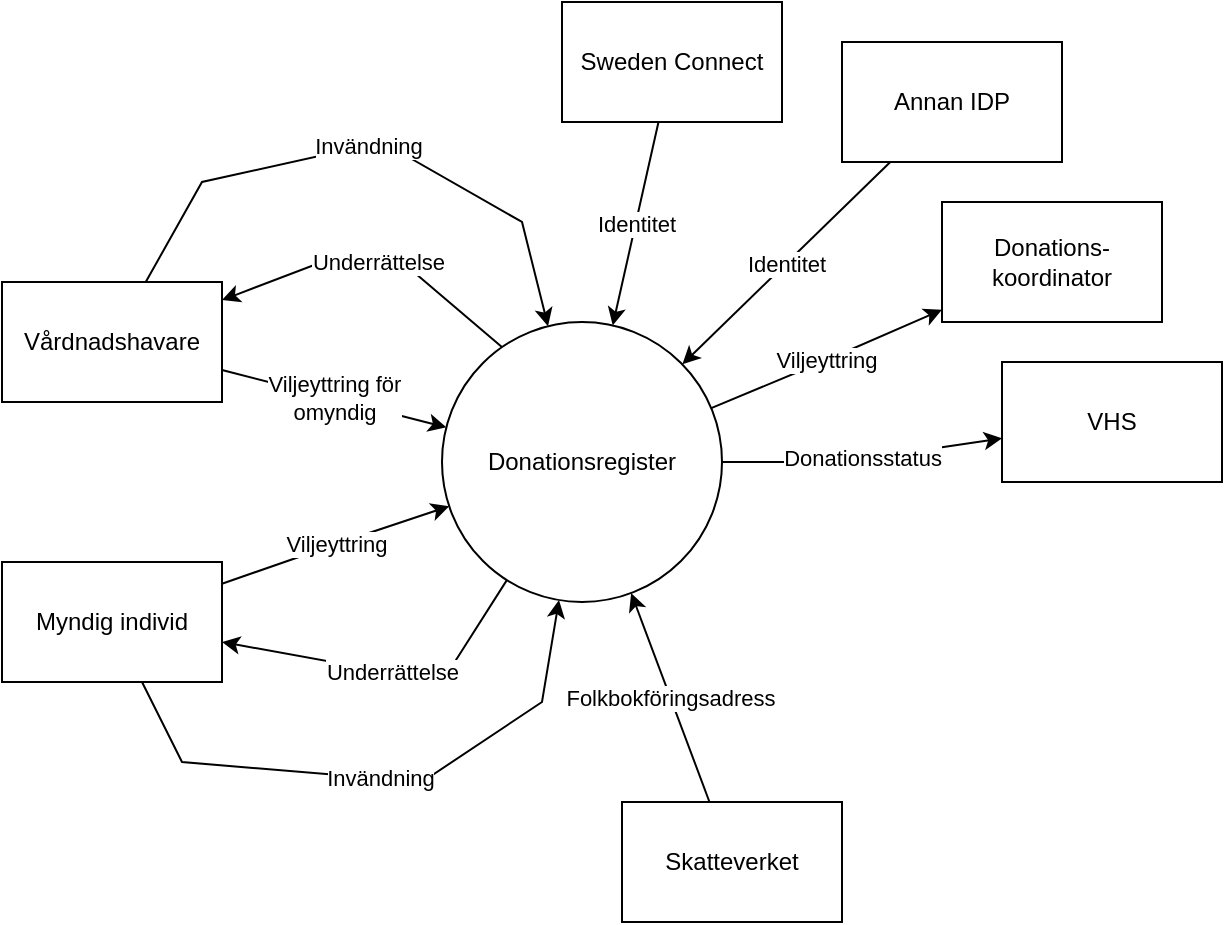
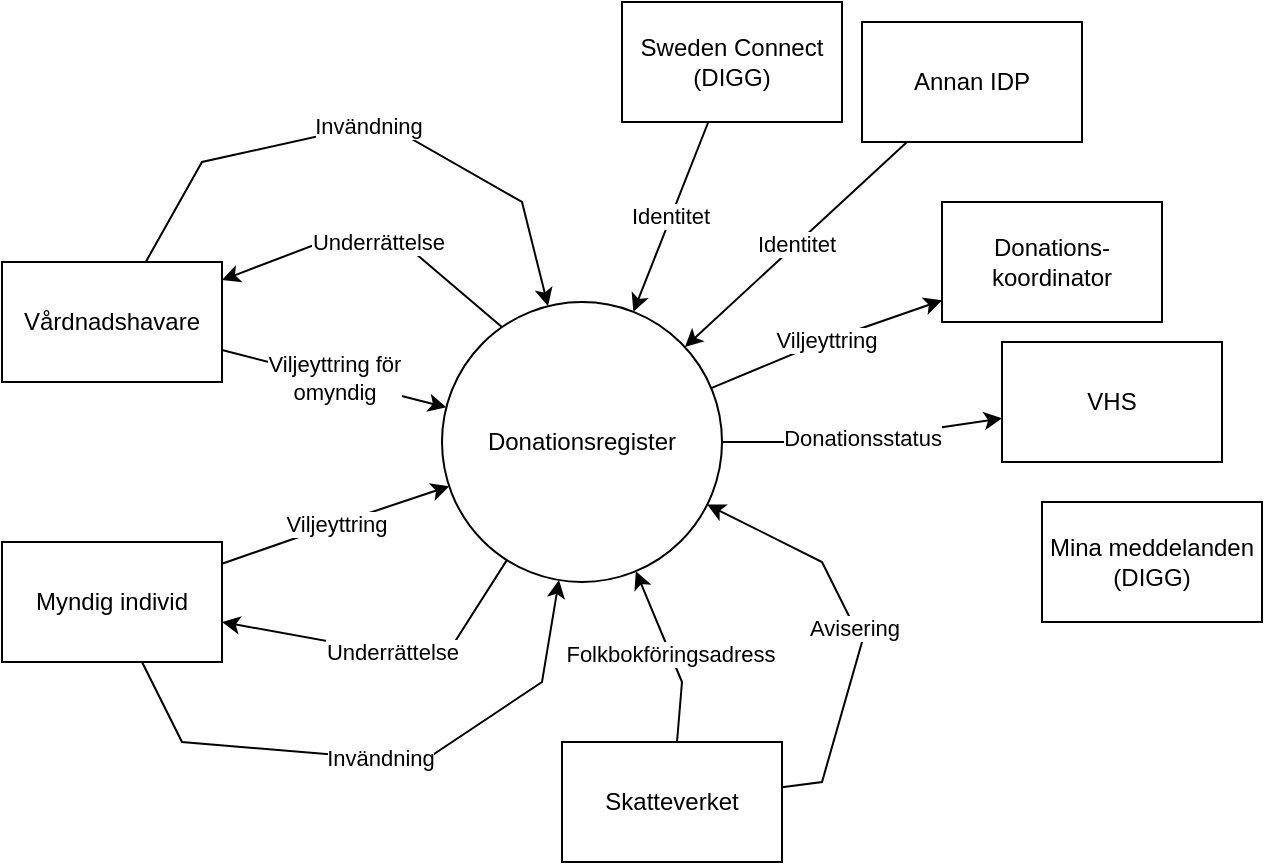
<mxfile host="app.diagrams.net">
  <diagram name="Sida-1" id="F3DC_KPKV7Cfi4B8QXFW">
-     <mxGraphModel dx="945" dy="534" grid="1" gridSize="10" guides="1" tooltips="1" connect="1" arrows="1" fold="1" page="1" pageScale="1" pageWidth="1654" pageHeight="1169" math="0" shadow="0">
+     <mxGraphModel dx="803" dy="454" grid="1" gridSize="10" guides="1" tooltips="1" connect="1" arrows="1" fold="1" page="1" pageScale="1" pageWidth="1654" pageHeight="1169" math="0" shadow="0">
      <root>
        <mxCell id="0" />
        <mxCell id="1" parent="0" />
        <mxCell id="8-SjN_EHFgN-SorVCnXN-8" edge="1" parent="1" source="8-SjN_EHFgN-SorVCnXN-1" style="edgeStyle=none;shape=connector;rounded=0;orthogonalLoop=1;jettySize=auto;html=1;strokeColor=default;align=center;verticalAlign=middle;fontFamily=Helvetica;fontSize=11;fontColor=default;labelBackgroundColor=default;endArrow=classic;exitX=0.238;exitY=0.11;exitDx=0;exitDy=0;exitPerimeter=0;" target="8-SjN_EHFgN-SorVCnXN-2" value="Underrättelse">
          <mxGeometry relative="1" as="geometry">
            <Array as="points">
              <mxPoint x="270" y="300" />
              <mxPoint x="230" y="300" />
            </Array>
          </mxGeometry>
        </mxCell>
        <mxCell id="8-SjN_EHFgN-SorVCnXN-9" edge="1" parent="1" source="8-SjN_EHFgN-SorVCnXN-1" style="edgeStyle=none;shape=connector;rounded=0;orthogonalLoop=1;jettySize=auto;html=1;strokeColor=default;align=center;verticalAlign=middle;fontFamily=Helvetica;fontSize=11;fontColor=default;labelBackgroundColor=default;endArrow=classic;" target="8-SjN_EHFgN-SorVCnXN-4" value="Underrättelse">
          <mxGeometry relative="1" as="geometry">
            <Array as="points">
              <mxPoint x="290" y="510" />
            </Array>
          </mxGeometry>
        </mxCell>
        <mxCell id="vmO4fVELBJI4xzzginw8-5" edge="1" parent="1" source="8-SjN_EHFgN-SorVCnXN-1" style="edgeStyle=none;shape=connector;rounded=0;orthogonalLoop=1;jettySize=auto;html=1;strokeColor=default;align=center;verticalAlign=middle;fontFamily=Helvetica;fontSize=11;fontColor=default;labelBackgroundColor=default;endArrow=classic;" target="vmO4fVELBJI4xzzginw8-4" value="Donationsstatus">
          <mxGeometry relative="1" as="geometry">
            <Array as="points">
              <mxPoint x="490" y="400" />
            </Array>
          </mxGeometry>
        </mxCell>
        <mxCell id="vmO4fVELBJI4xzzginw8-6" edge="1" parent="1" source="8-SjN_EHFgN-SorVCnXN-1" style="edgeStyle=none;shape=connector;rounded=0;orthogonalLoop=1;jettySize=auto;html=1;strokeColor=default;align=center;verticalAlign=middle;fontFamily=Helvetica;fontSize=11;fontColor=default;labelBackgroundColor=default;endArrow=classic;" target="vmO4fVELBJI4xzzginw8-3" value="Viljeyttring">
          <mxGeometry relative="1" as="geometry">
            <Array as="points">
              <mxPoint x="480" y="350" />
            </Array>
          </mxGeometry>
        </mxCell>
        <mxCell id="8-SjN_EHFgN-SorVCnXN-1" parent="1" style="ellipse;whiteSpace=wrap;html=1;aspect=fixed;" value="Donationsregister" vertex="1">
          <mxGeometry height="140" width="140" x="290" y="330" as="geometry" />
        </mxCell>
        <mxCell id="8-SjN_EHFgN-SorVCnXN-5" edge="1" parent="1" source="8-SjN_EHFgN-SorVCnXN-2" style="rounded=0;orthogonalLoop=1;jettySize=auto;html=1;strokeColor=default;align=center;verticalAlign=middle;fontFamily=Helvetica;fontSize=11;fontColor=default;labelBackgroundColor=default;endArrow=classic;" target="8-SjN_EHFgN-SorVCnXN-1" value="Viljeyttring för&lt;div&gt;omyndig&lt;/div&gt;">
          <mxGeometry relative="1" as="geometry" />
        </mxCell>
        <mxCell id="vmO4fVELBJI4xzzginw8-1" edge="1" parent="1" source="8-SjN_EHFgN-SorVCnXN-2" style="edgeStyle=none;shape=connector;rounded=0;orthogonalLoop=1;jettySize=auto;html=1;strokeColor=default;align=center;verticalAlign=middle;fontFamily=Helvetica;fontSize=11;fontColor=default;labelBackgroundColor=default;endArrow=classic;curved=0;" target="8-SjN_EHFgN-SorVCnXN-1" value="Invändning">
          <mxGeometry relative="1" as="geometry">
            <Array as="points">
              <mxPoint x="170" y="260" />
              <mxPoint x="260" y="240" />
              <mxPoint x="330" y="280" />
            </Array>
          </mxGeometry>
        </mxCell>
        <mxCell id="8-SjN_EHFgN-SorVCnXN-2" parent="1" style="rounded=0;whiteSpace=wrap;html=1;" value="Vårdnadshavare" vertex="1">
          <mxGeometry height="60" width="110" x="70" y="310" as="geometry" />
        </mxCell>
        <mxCell id="8-SjN_EHFgN-SorVCnXN-7" edge="1" parent="1" source="8-SjN_EHFgN-SorVCnXN-4" style="shape=connector;rounded=0;orthogonalLoop=1;jettySize=auto;html=1;strokeColor=default;align=center;verticalAlign=middle;fontFamily=Helvetica;fontSize=11;fontColor=default;labelBackgroundColor=default;endArrow=classic;" target="8-SjN_EHFgN-SorVCnXN-1" value="Viljeyttring">
          <mxGeometry relative="1" as="geometry">
            <Array as="points">
              <mxPoint x="240" y="440" />
            </Array>
          </mxGeometry>
        </mxCell>
        <mxCell id="vmO4fVELBJI4xzzginw8-2" edge="1" parent="1" source="8-SjN_EHFgN-SorVCnXN-4" style="edgeStyle=none;shape=connector;rounded=0;orthogonalLoop=1;jettySize=auto;html=1;strokeColor=default;align=center;verticalAlign=middle;fontFamily=Helvetica;fontSize=11;fontColor=default;labelBackgroundColor=default;endArrow=classic;" target="8-SjN_EHFgN-SorVCnXN-1" value="Invändning">
          <mxGeometry relative="1" as="geometry">
            <Array as="points">
              <mxPoint x="160" y="550" />
              <mxPoint x="280" y="560" />
              <mxPoint x="340" y="520" />
            </Array>
          </mxGeometry>
        </mxCell>
        <mxCell id="8-SjN_EHFgN-SorVCnXN-4" parent="1" style="rounded=0;whiteSpace=wrap;html=1;" value="Myndig individ" vertex="1">
          <mxGeometry height="60" width="110" x="70" y="450" as="geometry" />
        </mxCell>
        <mxCell id="vmO4fVELBJI4xzzginw8-3" parent="1" style="rounded=0;whiteSpace=wrap;html=1;" value="Donations-&lt;span style=&quot;background-color: transparent; color: light-dark(rgb(0, 0, 0), rgb(255, 255, 255));&quot;&gt;koordinator&lt;/span&gt;" vertex="1">
-           <mxGeometry height="60" width="110" x="540" y="270" as="geometry" />
+           <mxGeometry height="60" width="110" x="540" y="280" as="geometry" />
        </mxCell>
        <mxCell id="vmO4fVELBJI4xzzginw8-4" parent="1" style="rounded=0;whiteSpace=wrap;html=1;" value="VHS" vertex="1">
          <mxGeometry height="60" width="110" x="570" y="350" as="geometry" />
        </mxCell>
        <mxCell id="vmO4fVELBJI4xzzginw8-9" edge="1" parent="1" source="vmO4fVELBJI4xzzginw8-7" style="edgeStyle=none;shape=connector;rounded=0;orthogonalLoop=1;jettySize=auto;html=1;strokeColor=default;align=center;verticalAlign=middle;fontFamily=Helvetica;fontSize=11;fontColor=default;labelBackgroundColor=default;endArrow=classic;" target="8-SjN_EHFgN-SorVCnXN-1" value="Folkbokföringsadress">
-           <mxGeometry relative="1" as="geometry" />
+           <mxGeometry relative="1" as="geometry">
+             <Array as="points">
+               <mxPoint x="410" y="520" />
+             </Array>
+           </mxGeometry>
+         </mxCell>
+         <mxCell id="vmO4fVELBJI4xzzginw8-16" edge="1" parent="1" source="vmO4fVELBJI4xzzginw8-7" style="edgeStyle=none;shape=connector;rounded=0;orthogonalLoop=1;jettySize=auto;html=1;strokeColor=default;align=center;verticalAlign=middle;fontFamily=Helvetica;fontSize=11;fontColor=default;labelBackgroundColor=default;endArrow=classic;" target="8-SjN_EHFgN-SorVCnXN-1" value="Avisering">
+           <mxGeometry relative="1" as="geometry">
+             <Array as="points">
+               <mxPoint x="480" y="570" />
+               <mxPoint x="500" y="500" />
+               <mxPoint x="480" y="460" />
+             </Array>
+           </mxGeometry>
        </mxCell>
        <mxCell id="vmO4fVELBJI4xzzginw8-7" parent="1" style="rounded=0;whiteSpace=wrap;html=1;" value="Skatteverket" vertex="1">
-           <mxGeometry height="60" width="110" x="380" y="570" as="geometry" />
+           <mxGeometry height="60" width="110" x="350" y="550" as="geometry" />
        </mxCell>
        <mxCell id="vmO4fVELBJI4xzzginw8-11" edge="1" parent="1" source="vmO4fVELBJI4xzzginw8-10" style="edgeStyle=none;shape=connector;rounded=0;orthogonalLoop=1;jettySize=auto;html=1;strokeColor=default;align=center;verticalAlign=middle;fontFamily=Helvetica;fontSize=11;fontColor=default;labelBackgroundColor=default;endArrow=classic;" target="8-SjN_EHFgN-SorVCnXN-1" value="Identitet">
          <mxGeometry relative="1" as="geometry" />
        </mxCell>
-         <mxCell id="vmO4fVELBJI4xzzginw8-10" parent="1" style="rounded=0;whiteSpace=wrap;html=1;" value="Sweden Connect" vertex="1">
-           <mxGeometry height="60" width="110" x="350" y="170" as="geometry" />
+         <mxCell id="vmO4fVELBJI4xzzginw8-10" parent="1" style="rounded=0;whiteSpace=wrap;html=1;" value="Sweden Connect (DIGG)" vertex="1">
+           <mxGeometry height="60" width="110" x="380" y="180" as="geometry" />
        </mxCell>
        <mxCell id="vmO4fVELBJI4xzzginw8-13" edge="1" parent="1" source="vmO4fVELBJI4xzzginw8-12" style="edgeStyle=none;shape=connector;rounded=0;orthogonalLoop=1;jettySize=auto;html=1;strokeColor=default;align=center;verticalAlign=middle;fontFamily=Helvetica;fontSize=11;fontColor=default;labelBackgroundColor=default;endArrow=classic;" target="8-SjN_EHFgN-SorVCnXN-1" value="Identitet">
          <mxGeometry relative="1" as="geometry" />
        </mxCell>
        <mxCell id="vmO4fVELBJI4xzzginw8-12" parent="1" style="rounded=0;whiteSpace=wrap;html=1;" value="Annan IDP" vertex="1">
-           <mxGeometry height="60" width="110" x="490" y="190" as="geometry" />
+           <mxGeometry height="60" width="110" x="500" y="190" as="geometry" />
+         </mxCell>
+         <mxCell id="vmO4fVELBJI4xzzginw8-14" parent="1" style="rounded=0;whiteSpace=wrap;html=1;" value="Mina meddelanden (DIGG)" vertex="1">
+           <mxGeometry height="60" width="110" x="590" y="430" as="geometry" />
        </mxCell>
      </root>
    </mxGraphModel>
  </diagram>
</mxfile>
